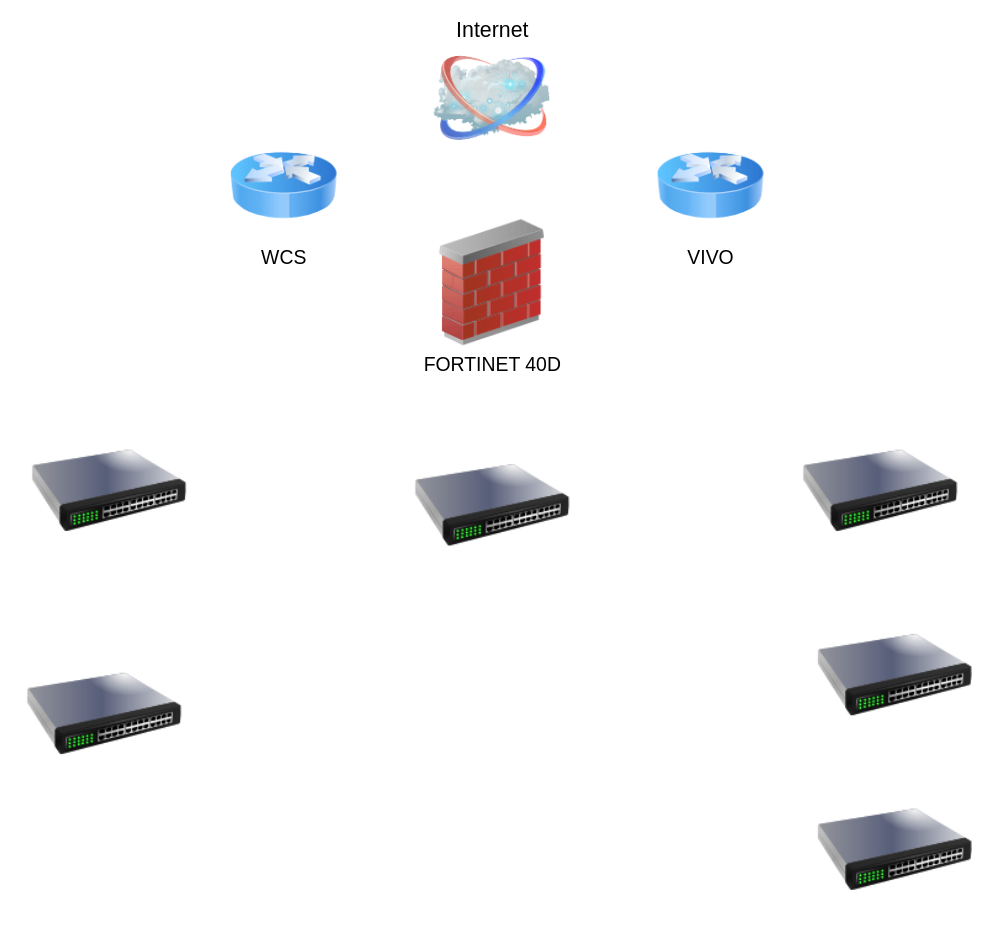
Earlier version of the draw.io diagram 1002JACANA.drawio.xml (AndradeLeandro/Andrade). Source tidied: cells renumbered, new cells numbered last; positions are measured from the earlier drawing's top-left corner, leaving out a move shared by most shapes. Both pictures are drawn from the tidied source at 97%, with x=0, y=0 at pixel (26, 45).
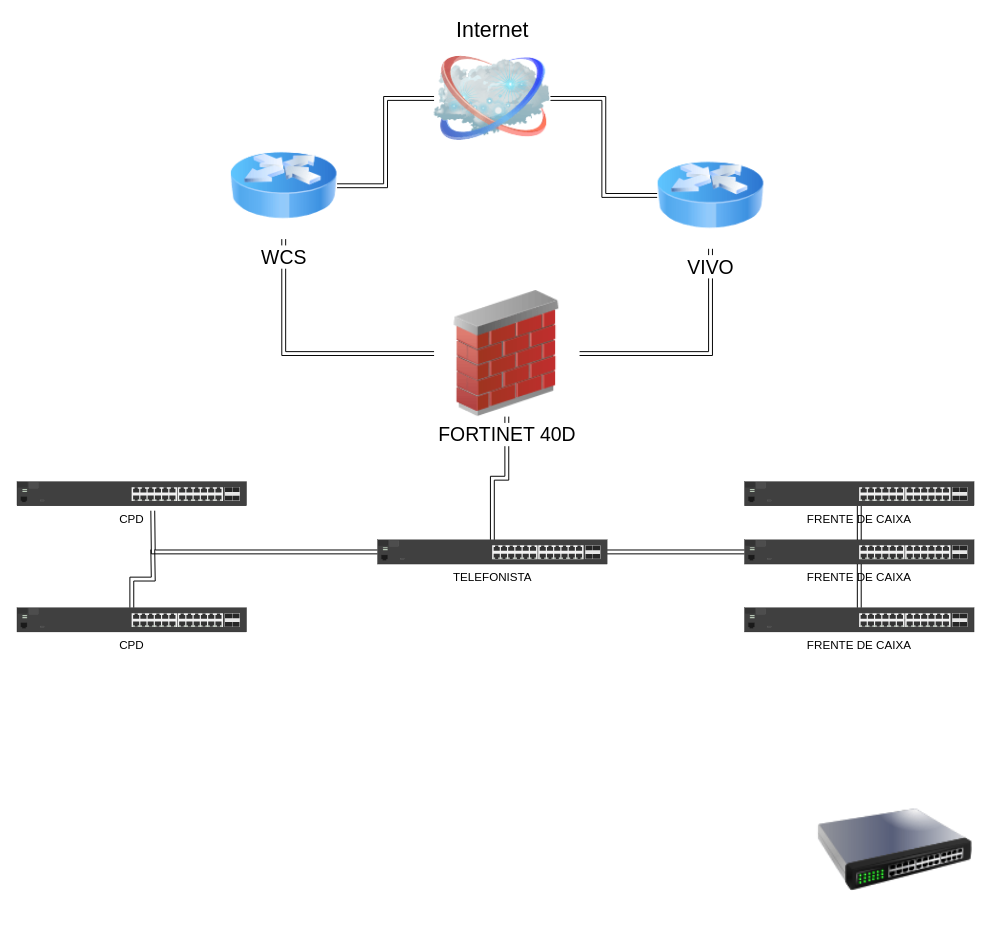
The same page after the edit.

Unchanged cells that the change refers to:
```xml
<mxCell id="2" value="Internet" style="image;html=1;labelBackgroundColor=#ffffff;image=img/lib/clip_art/networking/Cloud_128x128.png;rounded=1;shadow=0;comic=0;strokeWidth=4;fontSize=22;labelPosition=center;verticalLabelPosition=top;align=center;verticalAlign=bottom;" parent="1" vertex="1">
  <mxGeometry x="420" width="120" height="110" as="geometry" />
</mxCell>
<mxCell id="5" value="&lt;font style=&quot;font-size: 20px&quot;&gt;WCS&lt;/font&gt;" style="image;html=1;image=img/lib/clip_art/networking/Router_Icon_128x128.png;" parent="1" vertex="1">
  <mxGeometry x="210" y="90" width="110" height="110" as="geometry" />
</mxCell>
```

Change to the diagram source:
```diff
@@
+    <mxCell id="12" style="edgeStyle=orthogonalEdgeStyle;shape=link;rounded=0;jettySize=auto;html=1;" parent="1" edge="1" source="2" target="5">
+      <mxGeometry relative="1" as="geometry" />
+    </mxCell>
+    <mxCell id="13" style="edgeStyle=orthogonalEdgeStyle;shape=link;rounded=0;jettySize=auto;html=1;" parent="1" edge="1" source="2" target="11">
+      <mxGeometry relative="1" as="geometry" />
+    </mxCell>
@@
+    <mxCell id="14" style="edgeStyle=orthogonalEdgeStyle;shape=link;rounded=0;jettySize=auto;html=1;" parent="1" edge="1" source="3" target="11">
+      <mxGeometry relative="1" as="geometry" />
+    </mxCell>
+    <mxCell id="15" style="edgeStyle=orthogonalEdgeStyle;shape=link;rounded=0;jettySize=auto;html=1;" parent="1" edge="1" source="3" target="5">
+      <mxGeometry relative="1" as="geometry" />
+    </mxCell>
+    <mxCell id="16" style="edgeStyle=orthogonalEdgeStyle;shape=link;rounded=0;jettySize=auto;html=1;" parent="1" edge="1" source="3" target="22">
+      <mxGeometry relative="1" as="geometry" />
+    </mxCell>
     <mxCell id="3" value="&lt;span style=&quot;font-size: 20px&quot;&gt;FORTINET 40D&lt;/span&gt;" style="image;html=1;image=img/lib/clip_art/networking/Firewall_02_128x128.png;" parent="1" vertex="1">
-      <mxGeometry x="405" y="180" width="150" height="130" as="geometry" />
+      <mxGeometry x="420" y="253" width="150" height="130" as="geometry" />
     </mxCell>
-    <mxCell id="4" style="image;html=1;image=img/lib/clip_art/networking/Switch_128x128.png;" parent="1" vertex="1">
-      <mxGeometry x="5" y="380" width="160" height="160" as="geometry" />
-    </mxCell>
@@
-    <mxCell id="6" style="image;html=1;image=img/lib/clip_art/networking/Switch_128x128.png;" parent="1" vertex="1">
-      <mxGeometry x="400" y="395" width="160" height="160" as="geometry" />
-    </mxCell>
-    <mxCell id="7" style="image;html=1;image=img/lib/clip_art/networking/Switch_128x128.png;" parent="1" vertex="1">
-      <mxGeometry x="800" y="380" width="160" height="160" as="geometry" />
-    </mxCell>
-    <mxCell id="8" style="image;html=1;image=img/lib/clip_art/networking/Switch_128x128.png;" parent="1" vertex="1">
-      <mxGeometry y="610" width="160" height="160" as="geometry" />
-    </mxCell>
-    <mxCell id="9" style="image;html=1;image=img/lib/clip_art/networking/Switch_128x128.png;" parent="1" vertex="1">
-      <mxGeometry x="815" y="570" width="160" height="160" as="geometry" />
-    </mxCell>
@@
     <mxCell id="11" value="&lt;font style=&quot;font-size: 20px&quot;&gt;VIVO&lt;/font&gt;" style="image;html=1;image=img/lib/clip_art/networking/Router_Icon_128x128.png;" parent="1" vertex="1">
-      <mxGeometry x="650" y="90" width="110" height="110" as="geometry" />
+      <mxGeometry x="650" y="100" width="110" height="110" as="geometry" />
     </mxCell>
+    <mxCell id="17" value="CPD" style="html=1;verticalLabelPosition=bottom;verticalAlign=top;shadow=0;dashed=0;shape=mxgraph.rack.hpe_aruba.switches.j9776a_2530_24g_switch;" parent="1" vertex="1">
+      <mxGeometry x="-10" y="450" width="236.7" height="25" as="geometry" />
+    </mxCell>
+    <mxCell id="18" style="edgeStyle=orthogonalEdgeStyle;shape=link;rounded=0;jettySize=auto;html=1;" parent="1" edge="1" source="19">
+      <mxGeometry relative="1" as="geometry">
+        <mxPoint x="130" y="520" as="targetPoint" />
+      </mxGeometry>
+    </mxCell>
+    <mxCell id="19" value="CPD" style="html=1;verticalLabelPosition=bottom;verticalAlign=top;outlineConnect=0;shadow=0;dashed=0;shape=mxgraph.rack.hpe_aruba.switches.j9776a_2530_24g_switch;" parent="1" vertex="1">
+      <mxGeometry x="-10" y="580" width="236.7" height="25" as="geometry" />
+    </mxCell>
+    <mxCell id="20" style="edgeStyle=orthogonalEdgeStyle;shape=link;rounded=0;jettySize=auto;html=1;" parent="1" edge="1" source="22" target="25">
+      <mxGeometry relative="1" as="geometry" />
+    </mxCell>
+    <mxCell id="21" style="edgeStyle=orthogonalEdgeStyle;shape=link;rounded=0;jettySize=auto;html=1;" parent="1" edge="1" source="22">
+      <mxGeometry relative="1" as="geometry">
+        <mxPoint x="130" y="480" as="targetPoint" />
+      </mxGeometry>
+    </mxCell>
+    <mxCell id="22" value="TELEFONISTA" style="html=1;verticalLabelPosition=bottom;verticalAlign=top;outlineConnect=0;shadow=0;dashed=0;shape=mxgraph.rack.hpe_aruba.switches.j9776a_2530_24g_switch;" parent="1" vertex="1">
+      <mxGeometry x="361.7" y="510" width="236.7" height="25" as="geometry" />
+    </mxCell>
+    <mxCell id="23" style="edgeStyle=orthogonalEdgeStyle;shape=link;rounded=0;jettySize=auto;html=1;" parent="1" edge="1" source="24" target="26">
+      <mxGeometry relative="1" as="geometry" />
+    </mxCell>
+    <mxCell id="24" value="FRENTE DE CAIXA" style="html=1;verticalLabelPosition=bottom;verticalAlign=top;outlineConnect=0;shadow=0;dashed=0;shape=mxgraph.rack.hpe_aruba.switches.j9776a_2530_24g_switch;" parent="1" vertex="1">
+      <mxGeometry x="740" y="450" width="236.7" height="25" as="geometry" />
+    </mxCell>
+    <mxCell id="25" value="FRENTE DE CAIXA" style="html=1;verticalLabelPosition=bottom;verticalAlign=top;outlineConnect=0;shadow=0;dashed=0;shape=mxgraph.rack.hpe_aruba.switches.j9776a_2530_24g_switch;" parent="1" vertex="1">
+      <mxGeometry x="740" y="510" width="236.7" height="25" as="geometry" />
+    </mxCell>
+    <mxCell id="26" value="FRENTE DE CAIXA" style="html=1;verticalLabelPosition=bottom;verticalAlign=top;outlineConnect=0;shadow=0;dashed=0;shape=mxgraph.rack.hpe_aruba.switches.j9776a_2530_24g_switch;" parent="1" vertex="1">
+      <mxGeometry x="740" y="580" width="236.7" height="25" as="geometry" />
+    </mxCell>
```
